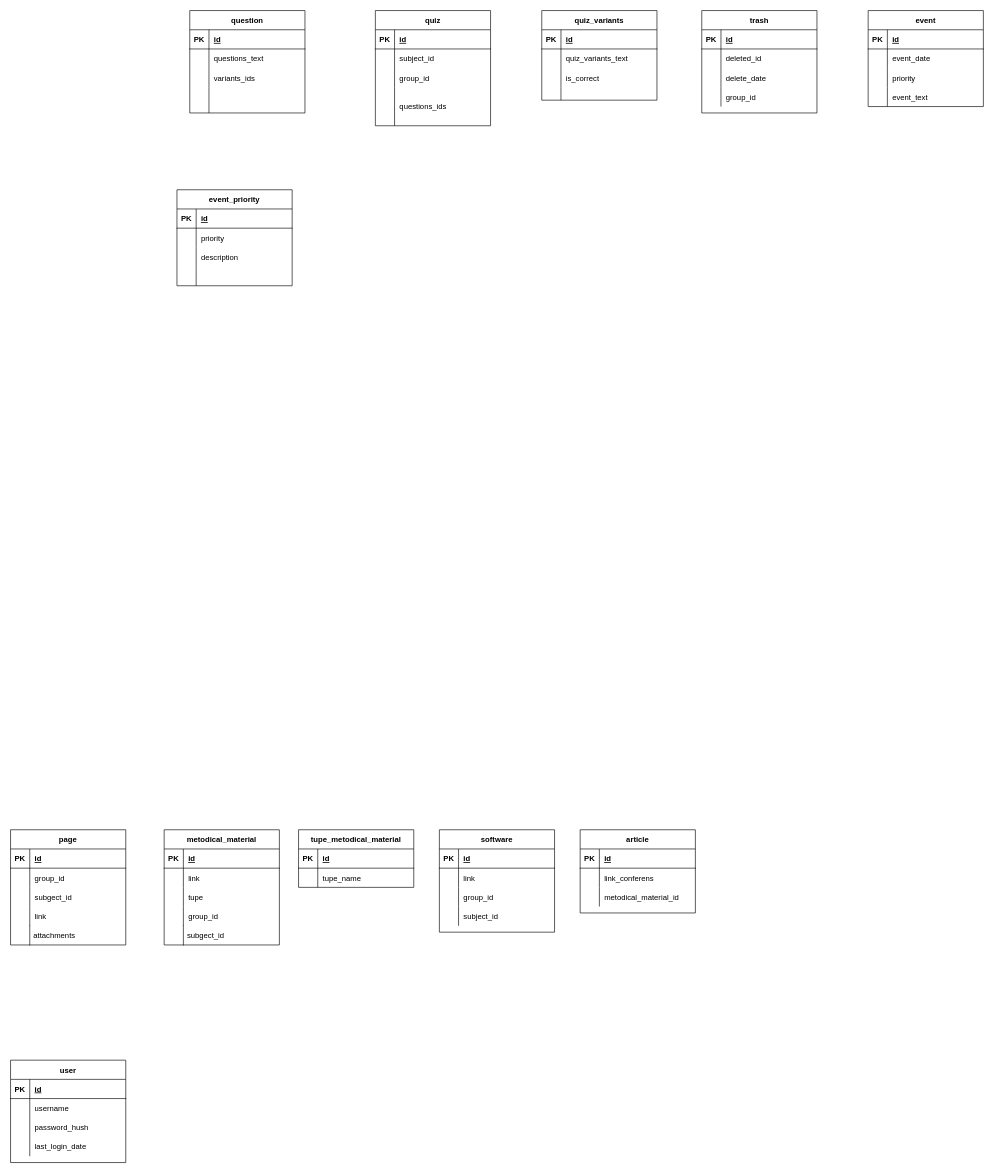
The draw.io diagram Untitled Diagram.drawio in student-archive/backend, before the edit. Source tidied: cells renumbered, new cells numbered last; positions are measured from the earlier drawing's top-left corner, leaving out a move shared by most shapes. Both pictures are drawn from the tidied source at 64%, with x=0, y=0 at pixel (10, 10).
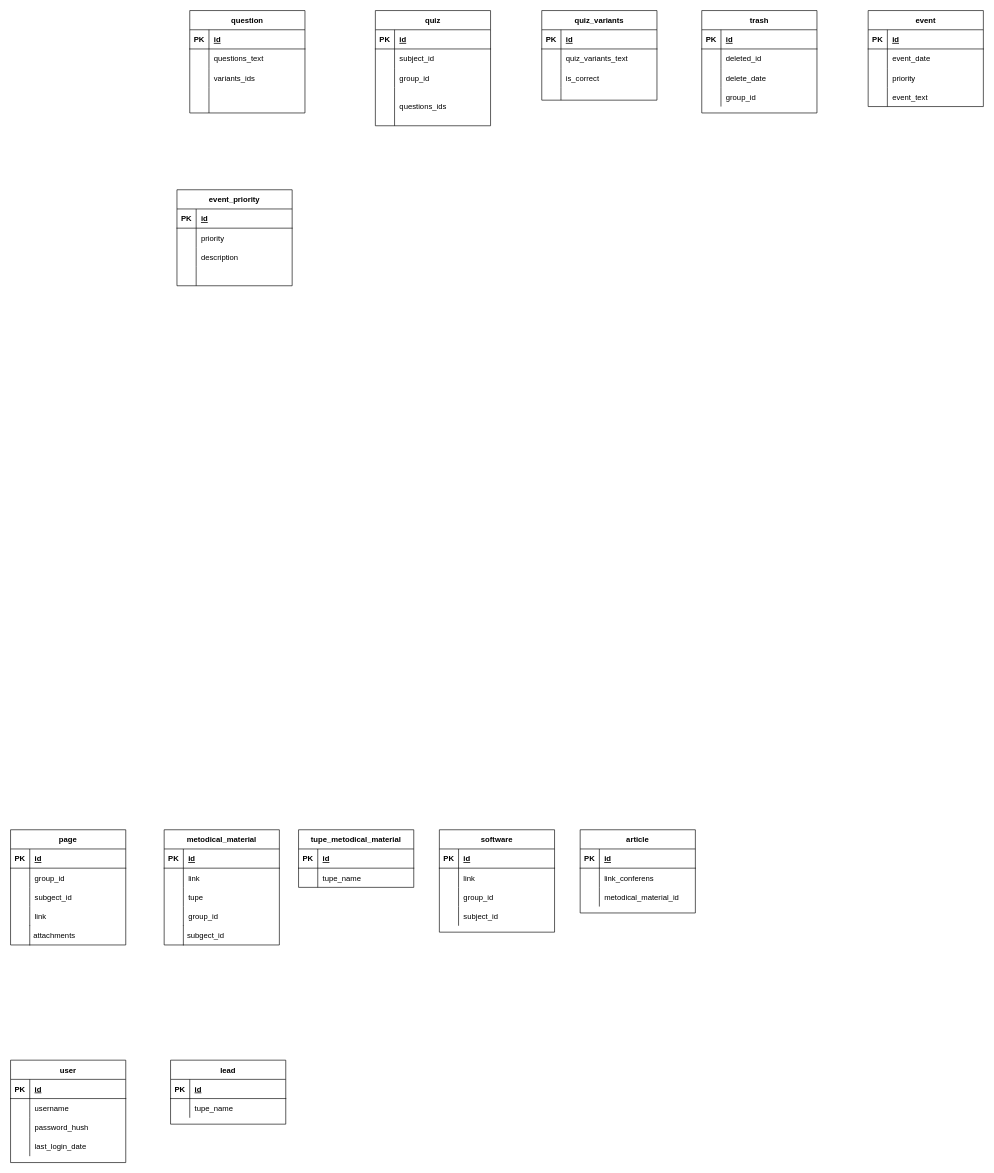
The same diagram, later.

Commit message:
feat(databases): add lead tables

Change to the diagram source:
```diff
@@
+    <mxCell id="153" value="lead" style="shape=table;startSize=30;childLayout=tableLayout;rowLines=0;fontStyle=1;align=center;" parent="1" vertex="1">
+      <mxGeometry x="250" y="1640" width="180" height="100" as="geometry" />
+    </mxCell>
+    <mxCell id="154" style="shape=tableRow;horizontal=0;startSize=0;swimlaneHead=0;swimlaneBody=0;fillColor=none;top=0;left=0;right=0;bottom=1;" parent="153" vertex="1">
+      <mxGeometry y="30" width="180" height="30" as="geometry" />
+    </mxCell>
+    <mxCell id="155" value="PK" style="shape=partialRectangle;fillColor=none;top=0;left=0;bottom=0;right=0;fontStyle=1;overflow=hidden;" parent="154" vertex="1">
+      <mxGeometry width="30" height="30" as="geometry" />
+    </mxCell>
+    <mxCell id="156" value="id" style="shape=partialRectangle;fillColor=none;top=0;left=0;bottom=0;right=0;align=left;spacingLeft=6;fontStyle=5;overflow=hidden;" parent="154" vertex="1">
+      <mxGeometry x="30" width="150" height="30" as="geometry" />
+    </mxCell>
+    <mxCell id="157" style="shape=tableRow;horizontal=0;startSize=0;swimlaneHead=0;swimlaneBody=0;fillColor=none;top=0;left=0;right=0;bottom=0;" parent="153" vertex="1">
+      <mxGeometry y="60" width="180" height="30" as="geometry" />
+    </mxCell>
+    <mxCell id="158" style="shape=partialRectangle;fillColor=none;top=0;left=0;bottom=0;right=0;overflow=hidden;" parent="157" vertex="1">
+      <mxGeometry width="30" height="30" as="geometry" />
+    </mxCell>
+    <mxCell id="159" value="tupe_name" style="shape=partialRectangle;fillColor=none;top=0;left=0;bottom=0;right=0;align=left;spacingLeft=6;overflow=hidden;" parent="157" vertex="1">
+      <mxGeometry x="30" width="150" height="30" as="geometry" />
+    </mxCell>
```
